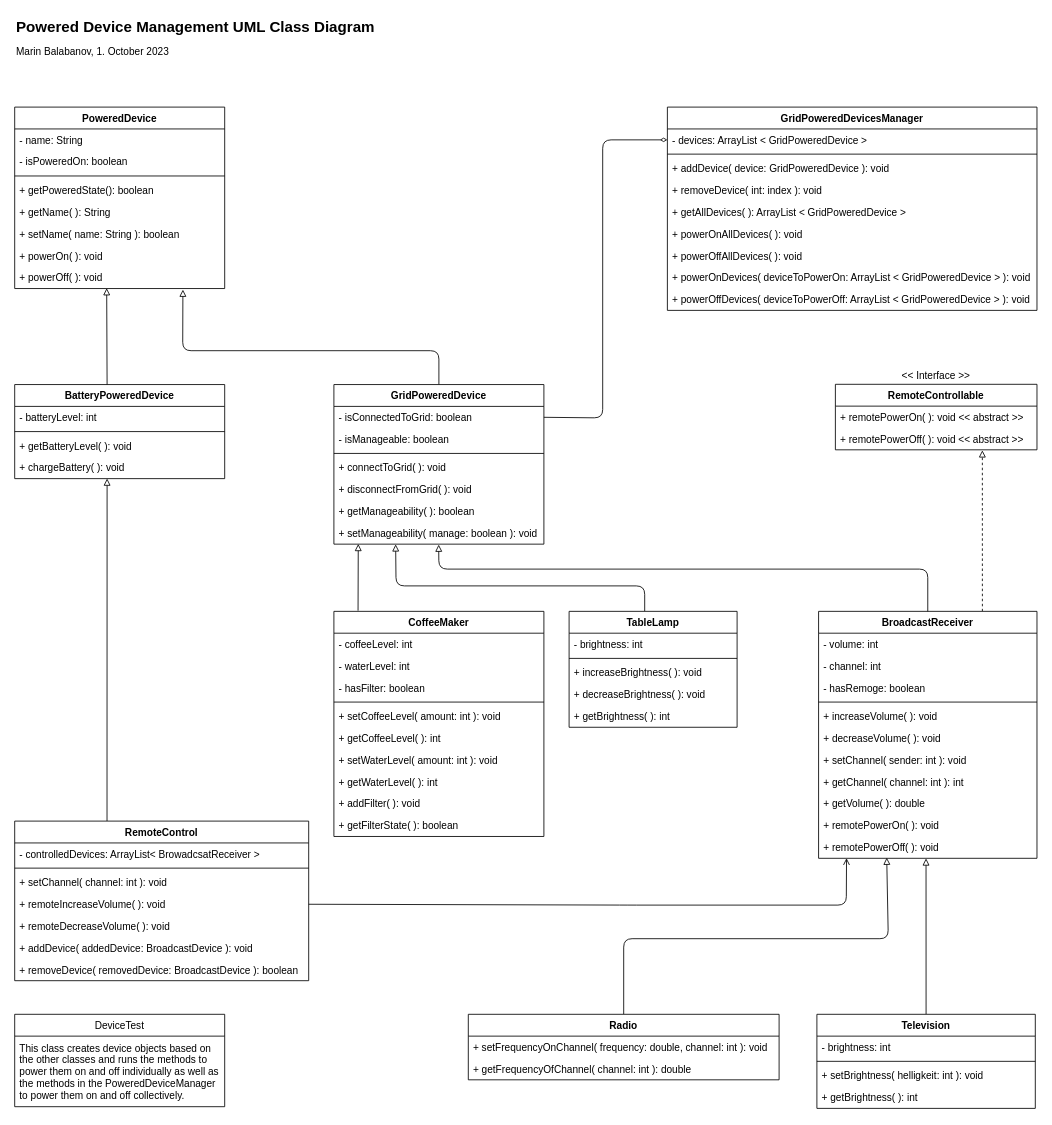
This is DevicesUML.drawio from mbalabanov/Devices, a draw.io file, before an edit. Source tidied: cells renumbered, new cells numbered last; positions are measured from the earlier drawing's top-left corner, leaving out a move shared by most shapes. Both pictures are drawn from the tidied source at 84%, with x=0, y=0 at pixel (14, 14).
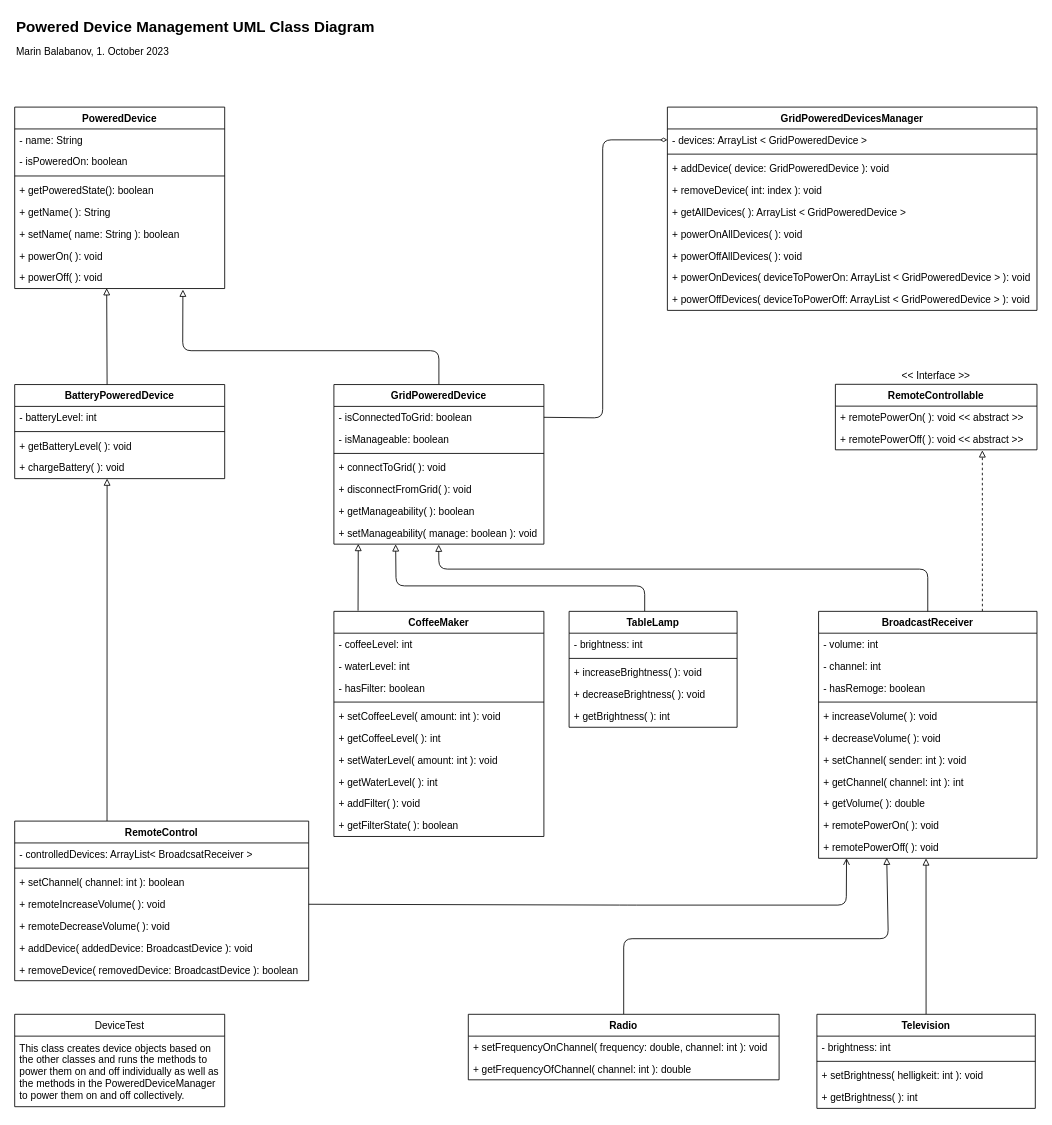
After the change.

Commit message (it also covers changes not shown here):
Adapts diagram

The change refers to these unchanged cells:
```xml
<mxCell id="73" value="RemoteControl" style="swimlane;fontStyle=1;align=center;verticalAlign=top;horizontal=1;startSize=26;" parent="1" vertex="1">
  <mxGeometry y="960" width="350" height="190" as="geometry" />
</mxCell>
```

The edit, as a diff of the source:
```diff
@@
-    <mxCell id="74" value="- controlledDevices: ArrayList&lt; BrowadcsatReceiver &gt;" style="text;strokeColor=none;fillColor=none;align=left;verticalAlign=top;spacingLeft=4;spacingRight=4;overflow=hidden;" parent="73" vertex="1">
+    <mxCell id="74" value="- controlledDevices: ArrayList&lt; BroadcsatReceiver &gt;" style="text;strokeColor=none;fillColor=none;align=left;verticalAlign=top;spacingLeft=4;spacingRight=4;overflow=hidden;" parent="73" vertex="1">
       <mxGeometry y="26" width="350" height="26" as="geometry" />
     </mxCell>
@@
-    <mxCell id="76" value="+ setChannel( channel: int ): void" style="text;strokeColor=none;fillColor=none;align=left;verticalAlign=top;spacingLeft=4;spacingRight=4;overflow=hidden;" parent="73" vertex="1">
+    <mxCell id="76" value="+ setChannel( channel: int ): boolean" style="text;strokeColor=none;fillColor=none;align=left;verticalAlign=top;spacingLeft=4;spacingRight=4;overflow=hidden;" parent="73" vertex="1">
       <mxGeometry y="60" width="350" height="26" as="geometry" />
     </mxCell>
```
